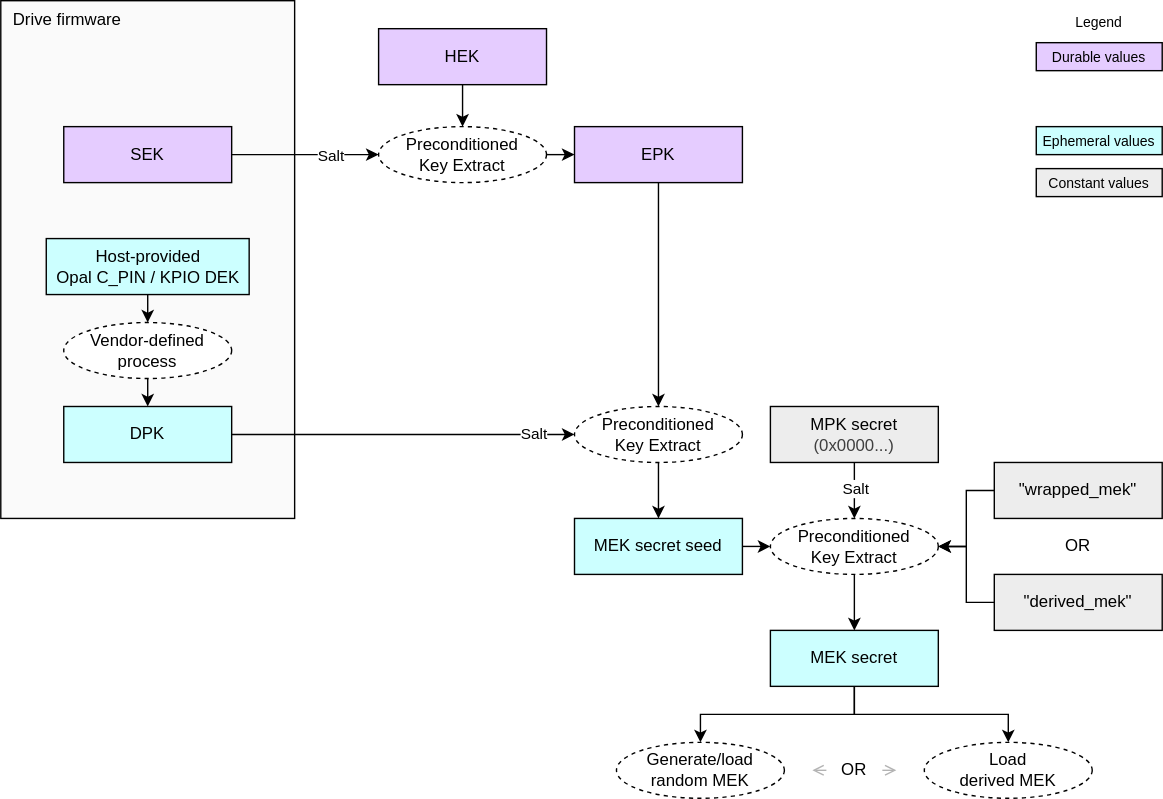
chipsalliance/Caliptra keeps this draw.io diagram as doc/ocp_lock/diagrams/mek_secret_derivation_no_mpks.drawio.svg. Above is the earlier version. Source tidied: cells renumbered, new cells last; positions are measured from the earlier drawing's top-left corner, leaving out a move shared by most shapes.
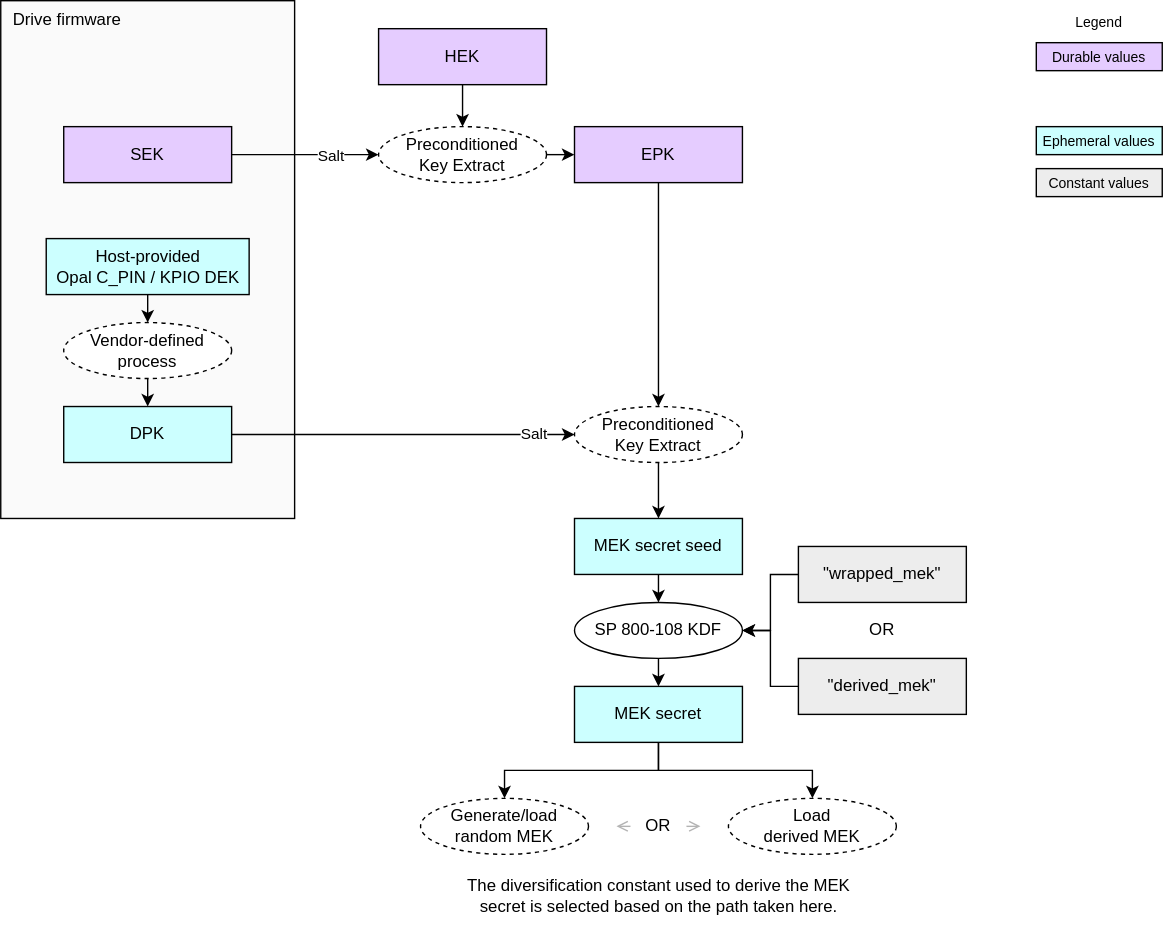
After the change.

Commit message:
Update diagrams with new key derivation flows to match SEK/DPK changes.

https://github.com/chipsalliance/Caliptra/pull/537 changes how the SEK
and DPK are sent to KMB. They now get sent in before any MPKs.

What changed in the source:
```diff
@@ -14,12 +14,6 @@
     <mxCell id="5" value="&lt;div&gt;&lt;font color=&quot;#000000&quot;&gt;Ephemeral values&lt;/font&gt;&lt;/div&gt;" style="rounded=0;whiteSpace=wrap;html=1;align=center;verticalAlign=middle;shadow=0;glass=0;spacingLeft=0;spacingBottom=0;spacingTop=0;fillColor=#CCFFFF;fontSize=10;" parent="1" vertex="1">
       <mxGeometry x="740" y="90" width="90" height="20" as="geometry" />
     </mxCell>
-    <mxCell id="6" style="edgeStyle=orthogonalEdgeStyle;html=1;exitX=0.5;exitY=1;exitDx=0;exitDy=0;entryX=0.5;entryY=0;entryDx=0;entryDy=0;rounded=0;" parent="1" edge="1" source="7" target="22">
-      <mxGeometry relative="1" as="geometry" />
-    </mxCell>
-    <mxCell id="7" value="&lt;span style=&quot;color: rgb(0, 0, 0);&quot;&gt;Preconditioned&lt;/span&gt;&lt;div&gt;Key Extract&lt;/div&gt;" style="ellipse;whiteSpace=wrap;html=1;fillColor=#FFFFFF;dashed=1;" parent="1" vertex="1">
-      <mxGeometry x="550" y="370" width="120" height="40" as="geometry" />
-    </mxCell>
     <mxCell id="8" style="edgeStyle=none;html=1;exitX=0.5;exitY=1;exitDx=0;exitDy=0;entryX=0.5;entryY=0;entryDx=0;entryDy=0;" parent="1" edge="1" source="9" target="30">
       <mxGeometry relative="1" as="geometry" />
     </mxCell>
@@ -53,27 +47,9 @@
     <mxCell id="15" value="&lt;div&gt;&lt;font color=&quot;#000000&quot;&gt;SEK&lt;/font&gt;&lt;/div&gt;" style="rounded=0;whiteSpace=wrap;html=1;align=center;verticalAlign=middle;shadow=0;glass=0;spacingLeft=0;spacingBottom=0;spacingTop=0;fillColor=#E5CCFF;" parent="1" vertex="1">
       <mxGeometry x="45" y="90" width="120" height="40" as="geometry" />
     </mxCell>
-    <mxCell id="16" value="Load&lt;div&gt;derived MEK&lt;/div&gt;" style="ellipse;whiteSpace=wrap;html=1;fillColor=#FFFFFF;dashed=1;" parent="1" vertex="1">
-      <mxGeometry x="660" y="530" width="120" height="40" as="geometry" />
-    </mxCell>
     <mxCell id="17" value="&lt;div&gt;&lt;font color=&quot;#000000&quot;&gt;Constant values&lt;/font&gt;&lt;/div&gt;" style="rounded=0;whiteSpace=wrap;html=1;align=center;verticalAlign=middle;shadow=0;glass=0;spacingLeft=0;spacingBottom=0;spacingTop=0;fillColor=#EDEDED;fontSize=10;" parent="1" vertex="1">
       <mxGeometry x="740" y="120" width="90" height="20" as="geometry" />
     </mxCell>
-    <mxCell id="18" style="edgeStyle=orthogonalEdgeStyle;endArrow=classic;html=1;rounded=0;endSize=6;startSize=6;exitX=0.5;exitY=1;exitDx=0;exitDy=0;entryX=0.5;entryY=0;entryDx=0;entryDy=0;" parent="1" edge="1" source="22" target="20">
-      <mxGeometry relative="1" as="geometry" />
-    </mxCell>
-    <mxCell id="19" value="OR" style="text;strokeColor=none;align=center;fillColor=none;html=1;verticalAlign=middle;whiteSpace=wrap;rounded=0;" parent="1" vertex="1">
-      <mxGeometry x="590" y="535" width="40" height="30" as="geometry" />
-    </mxCell>
-    <mxCell id="20" value="&lt;div&gt;Generate/load random MEK&lt;/div&gt;" style="ellipse;whiteSpace=wrap;html=1;fillColor=#FFFFFF;dashed=1;" parent="1" vertex="1">
-      <mxGeometry x="440" y="530" width="120" height="40" as="geometry" />
-    </mxCell>
-    <mxCell id="21" style="edgeStyle=orthogonalEdgeStyle;endArrow=classic;html=1;rounded=0;endSize=6;startSize=6;entryX=0.5;entryY=0;entryDx=0;entryDy=0;exitX=0.5;exitY=1;exitDx=0;exitDy=0;" parent="1" edge="1" source="22" target="16">
-      <mxGeometry relative="1" as="geometry" />
-    </mxCell>
-    <mxCell id="22" value="&lt;div&gt;&lt;font color=&quot;#000000&quot;&gt;MEK secret&lt;/font&gt;&lt;/div&gt;" style="rounded=0;whiteSpace=wrap;html=1;align=center;verticalAlign=middle;shadow=0;glass=0;spacingLeft=0;spacingBottom=0;spacingTop=0;fillColor=#CCFFFF;" parent="1" vertex="1">
-      <mxGeometry x="550" y="450" width="120" height="40" as="geometry" />
-    </mxCell>
     <mxCell id="23" style="edgeStyle=none;html=1;exitX=0.5;exitY=1;exitDx=0;exitDy=0;entryX=0.5;entryY=0;entryDx=0;entryDy=0;" parent="1" edge="1" source="24" target="12">
       <mxGeometry relative="1" as="geometry" />
     </mxCell>
@@ -86,16 +62,6 @@
     <mxCell id="26" value="&lt;div&gt;&lt;font color=&quot;#000000&quot;&gt;Host-provided&lt;/font&gt;&lt;/div&gt;&lt;div&gt;&lt;font color=&quot;#000000&quot;&gt;Opal C_PIN / KPIO DEK&lt;/font&gt;&lt;/div&gt;" style="rounded=0;whiteSpace=wrap;html=1;align=center;verticalAlign=middle;shadow=0;glass=0;spacingLeft=0;spacingBottom=0;spacingTop=0;fillColor=#CCFFFF;" parent="1" vertex="1">
       <mxGeometry x="32.5" y="170" width="145" height="40" as="geometry" />
     </mxCell>
-    <mxCell id="27" style="endArrow=open;html=1;rounded=0;endSize=6;startSize=6;exitX=1;exitY=0.5;exitDx=0;exitDy=0;strokeColor=#B3B3B3;endFill=0;" parent="1" edge="1" source="19">
-      <mxGeometry relative="1" as="geometry">
-        <mxPoint x="640" y="550" as="targetPoint" />
-      </mxGeometry>
-    </mxCell>
-    <mxCell id="28" style="endArrow=open;html=1;rounded=0;endSize=6;startSize=6;exitX=0;exitY=0.5;exitDx=0;exitDy=0;strokeColor=#B3B3B3;endFill=0;" parent="1" edge="1" source="19">
-      <mxGeometry relative="1" as="geometry">
-        <mxPoint x="580" y="550" as="targetPoint" />
-      </mxGeometry>
-    </mxCell>
     <mxCell id="29" style="edgeStyle=none;html=1;exitX=1;exitY=0.5;exitDx=0;exitDy=0;entryX=0;entryY=0.5;entryDx=0;entryDy=0;" parent="1" edge="1" source="30" target="32">
       <mxGeometry relative="1" as="geometry" />
     </mxCell>
@@ -114,37 +80,63 @@
     <mxCell id="34" value="&lt;span style=&quot;color: rgb(0, 0, 0);&quot;&gt;Preconditioned&lt;/span&gt;&lt;div&gt;Key Extract&lt;/div&gt;" style="ellipse;whiteSpace=wrap;html=1;fillColor=#FFFFFF;dashed=1;" parent="1" vertex="1">
       <mxGeometry x="410" y="290" width="120" height="40" as="geometry" />
     </mxCell>
-    <mxCell id="35" style="edgeStyle=none;html=1;exitX=1;exitY=0.5;exitDx=0;exitDy=0;entryX=0;entryY=0.5;entryDx=0;entryDy=0;" parent="1" edge="1" source="36" target="7">
-      <mxGeometry relative="1" as="geometry" />
-    </mxCell>
+    <mxCell id="45" style="edgeStyle=none;html=1;exitX=0.5;exitY=1;exitDx=0;exitDy=0;entryX=0.5;entryY=0;entryDx=0;entryDy=0;" parent="1" edge="1" source="36" target="46">
+      <mxGeometry relative="1" as="geometry" />
+    </mxCell>
     <mxCell id="36" value="&lt;div&gt;&lt;font color=&quot;#000000&quot;&gt;MEK secret seed&lt;/font&gt;&lt;/div&gt;" style="rounded=0;whiteSpace=wrap;html=1;align=center;verticalAlign=middle;shadow=0;glass=0;spacingLeft=0;spacingBottom=0;spacingTop=0;fillColor=#CCFFFF;" parent="1" vertex="1">
       <mxGeometry x="410" y="370" width="120" height="40" as="geometry" />
     </mxCell>
-    <mxCell id="37" style="edgeStyle=none;html=1;exitX=0.5;exitY=1;exitDx=0;exitDy=0;entryX=0.5;entryY=0;entryDx=0;entryDy=0;" parent="1" edge="1" source="39" target="7">
-      <mxGeometry relative="1" as="geometry" />
-    </mxCell>
-    <mxCell id="38" value="Salt" style="edgeLabel;html=1;align=center;verticalAlign=middle;" parent="37" vertex="1">
-      <mxGeometry x="0.1" y="1" relative="1" as="geometry">
-        <mxPoint x="-1" y="-4" as="offset" />
-      </mxGeometry>
-    </mxCell>
-    <mxCell id="39" value="&lt;font&gt;MPK secret&lt;/font&gt;&lt;div&gt;&lt;span style=&quot;color: rgb(63, 63, 63); background-color: transparent;&quot;&gt;(0x0000...)&lt;/span&gt;&lt;/div&gt;" style="rounded=0;whiteSpace=wrap;html=1;align=center;verticalAlign=middle;shadow=0;glass=0;spacingLeft=0;spacingBottom=0;spacingTop=0;fillColor=#EDEDED;" parent="1" vertex="1">
-      <mxGeometry x="550" y="290" width="120" height="40" as="geometry" />
-    </mxCell>
-    <mxCell id="40" style="edgeStyle=orthogonalEdgeStyle;html=1;exitX=0;exitY=0.5;exitDx=0;exitDy=0;rounded=0;entryX=1;entryY=0.5;entryDx=0;entryDy=0;" parent="1" edge="1" source="41" target="7">
-      <mxGeometry relative="1" as="geometry" />
-    </mxCell>
+    <mxCell id="44" style="edgeStyle=orthogonalEdgeStyle;html=1;exitX=0.5;exitY=1;exitDx=0;exitDy=0;entryX=0.5;entryY=0;entryDx=0;entryDy=0;rounded=0;" parent="1" edge="1" source="46" target="22">
+      <mxGeometry relative="1" as="geometry" />
+    </mxCell>
+    <mxCell id="46" value="SP 800-108 KDF" style="ellipse;whiteSpace=wrap;html=1;fillColor=#FFFFFF;" parent="1" vertex="1">
+      <mxGeometry x="410" y="430" width="120" height="40" as="geometry" />
+    </mxCell>
+    <mxCell id="16" value="Load&lt;div&gt;derived MEK&lt;/div&gt;" style="ellipse;whiteSpace=wrap;html=1;fillColor=#FFFFFF;dashed=1;" parent="1" vertex="1">
+      <mxGeometry x="520" y="570" width="120" height="40" as="geometry" />
+    </mxCell>
+    <mxCell id="18" style="edgeStyle=orthogonalEdgeStyle;endArrow=classic;html=1;rounded=0;endSize=6;startSize=6;exitX=0.5;exitY=1;exitDx=0;exitDy=0;entryX=0.5;entryY=0;entryDx=0;entryDy=0;" parent="1" edge="1" source="22" target="20">
+      <mxGeometry relative="1" as="geometry" />
+    </mxCell>
+    <mxCell id="47" value="OR" style="text;strokeColor=none;align=center;fillColor=none;html=1;verticalAlign=middle;whiteSpace=wrap;rounded=0;" parent="1" vertex="1">
+      <mxGeometry x="450" y="575" width="40" height="30" as="geometry" />
+    </mxCell>
+    <mxCell id="20" value="&lt;div&gt;Generate/load random MEK&lt;/div&gt;" style="ellipse;whiteSpace=wrap;html=1;fillColor=#FFFFFF;dashed=1;" parent="1" vertex="1">
+      <mxGeometry x="300" y="570" width="120" height="40" as="geometry" />
+    </mxCell>
+    <mxCell id="21" style="edgeStyle=orthogonalEdgeStyle;endArrow=classic;html=1;rounded=0;endSize=6;startSize=6;entryX=0.5;entryY=0;entryDx=0;entryDy=0;exitX=0.5;exitY=1;exitDx=0;exitDy=0;" parent="1" edge="1" source="22" target="16">
+      <mxGeometry relative="1" as="geometry" />
+    </mxCell>
+    <mxCell id="22" value="&lt;div&gt;&lt;font color=&quot;#000000&quot;&gt;MEK secret&lt;/font&gt;&lt;/div&gt;" style="rounded=0;whiteSpace=wrap;html=1;align=center;verticalAlign=middle;shadow=0;glass=0;spacingLeft=0;spacingBottom=0;spacingTop=0;fillColor=#CCFFFF;" parent="1" vertex="1">
+      <mxGeometry x="410" y="490" width="120" height="40" as="geometry" />
+    </mxCell>
+    <mxCell id="48" style="endArrow=open;html=1;rounded=0;endSize=6;startSize=6;exitX=1;exitY=0.5;exitDx=0;exitDy=0;strokeColor=#B3B3B3;endFill=0;" parent="1" edge="1" source="47">
+      <mxGeometry relative="1" as="geometry">
+        <mxPoint x="500" y="590" as="targetPoint" />
+      </mxGeometry>
+    </mxCell>
+    <mxCell id="49" style="endArrow=open;html=1;rounded=0;endSize=6;startSize=6;exitX=0;exitY=0.5;exitDx=0;exitDy=0;strokeColor=#B3B3B3;endFill=0;" parent="1" edge="1" source="47">
+      <mxGeometry relative="1" as="geometry">
+        <mxPoint x="440" y="590" as="targetPoint" />
+      </mxGeometry>
+    </mxCell>
+    <mxCell id="50" style="edgeStyle=orthogonalEdgeStyle;html=1;exitX=0;exitY=0.5;exitDx=0;exitDy=0;entryX=1;entryY=0.5;entryDx=0;entryDy=0;rounded=0;" parent="1" edge="1" source="41" target="46">
+      <mxGeometry relative="1" as="geometry" />
+    </mxCell>
     <mxCell id="41" value="&lt;div&gt;&lt;font color=&quot;#000000&quot;&gt;&quot;wrapped_mek&quot;&lt;/font&gt;&lt;/div&gt;" style="rounded=0;whiteSpace=wrap;html=1;align=center;verticalAlign=middle;shadow=0;glass=0;spacingLeft=0;spacingBottom=0;spacingTop=0;fillColor=#EDEDED;" parent="1" vertex="1">
-      <mxGeometry x="710" y="330" width="120" height="40" as="geometry" />
+      <mxGeometry x="570" y="390" width="120" height="40" as="geometry" />
     </mxCell>
-    <mxCell id="42" style="edgeStyle=orthogonalEdgeStyle;html=1;exitX=0;exitY=0.5;exitDx=0;exitDy=0;rounded=0;entryX=1;entryY=0.5;entryDx=0;entryDy=0;" parent="1" edge="1" source="43" target="7">
-      <mxGeometry relative="1" as="geometry" />
-    </mxCell>
+    <mxCell id="51" style="edgeStyle=orthogonalEdgeStyle;html=1;exitX=0;exitY=0.5;exitDx=0;exitDy=0;entryX=1;entryY=0.5;entryDx=0;entryDy=0;rounded=0;" parent="1" edge="1" source="43" target="46">
+      <mxGeometry relative="1" as="geometry" />
+    </mxCell>
     <mxCell id="43" value="&lt;div&gt;&lt;font color=&quot;#000000&quot;&gt;&quot;derived_mek&quot;&lt;/font&gt;&lt;/div&gt;" style="rounded=0;whiteSpace=wrap;html=1;align=center;verticalAlign=middle;shadow=0;glass=0;spacingLeft=0;spacingBottom=0;spacingTop=0;fillColor=#EDEDED;" parent="1" vertex="1">
-      <mxGeometry x="710" y="410" width="120" height="40" as="geometry" />
+      <mxGeometry x="570" y="470" width="120" height="40" as="geometry" />
     </mxCell>
-    <mxCell id="44" value="OR" style="text;strokeColor=none;align=center;fillColor=none;html=1;verticalAlign=middle;whiteSpace=wrap;rounded=0;" parent="1" vertex="1">
-      <mxGeometry x="750" y="375" width="40" height="30" as="geometry" />
-    </mxCell>
+    <mxCell id="52" value="OR" style="text;strokeColor=none;align=center;fillColor=none;html=1;verticalAlign=middle;whiteSpace=wrap;rounded=0;" parent="1" vertex="1">
+      <mxGeometry x="610" y="435" width="40" height="30" as="geometry" />
+    </mxCell>
+    <mxCell id="53" value="&lt;div&gt;&lt;span style=&quot;color: rgb(0, 0, 0);&quot;&gt;The diversification constant used to derive the MEK&lt;/span&gt;&lt;/div&gt;&lt;div&gt;&lt;span style=&quot;color: rgb(0, 0, 0);&quot;&gt;secret is selected based on the path taken here.&lt;/span&gt;&lt;span style=&quot;background-color: transparent;&quot;&gt;&lt;/span&gt;&lt;/div&gt;" style="text;strokeColor=none;align=center;fillColor=none;html=1;verticalAlign=middle;whiteSpace=wrap;rounded=0;" parent="1" vertex="1">
+      <mxGeometry x="317.5" y="620" width="305" height="40" as="geometry" />
+    </mxCell>
   </root>
 </mxGraphModel>
```
